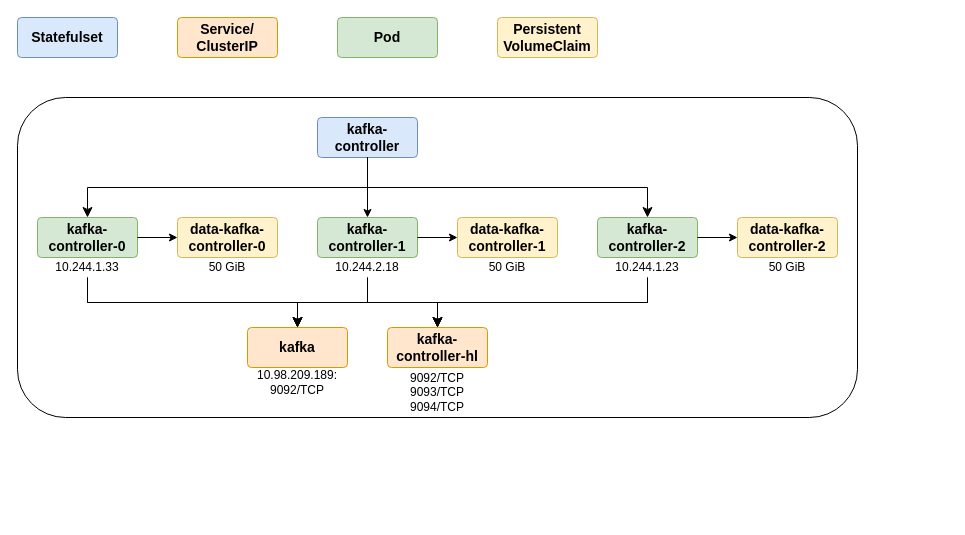
Earlier version of the draw.io diagram pictures/deploy/kafka.drawio (Tran-Ngoc-Bao/Hadoop_Ecosystem_With_K8s). Source tidied: cells renumbered, new cells numbered last; positions are measured from the earlier drawing's top-left corner, leaving out a move shared by most shapes. Both pictures are drawn from the tidied source at 100%, with x=0, y=0 at pixel (17, 17).
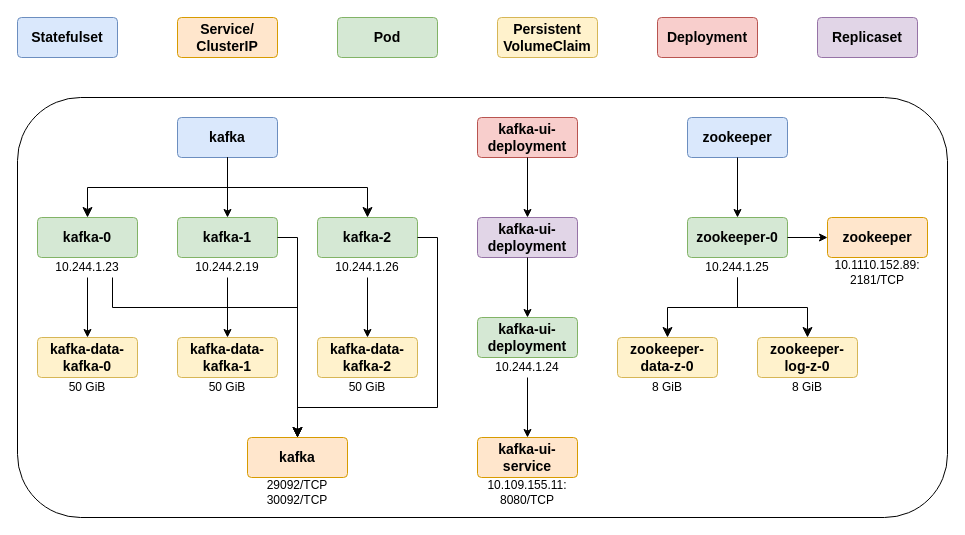
The same diagram, later.

Change to the diagram source:
```diff
@@
     <mxCell id="5" style="rounded=1;whiteSpace=wrap;html=1;" parent="1" vertex="1">
-      <mxGeometry y="80" width="840" height="320" as="geometry" />
+      <mxGeometry y="80" width="930" height="420" as="geometry" />
     </mxCell>
-    <mxCell id="6" value="&lt;b&gt;&lt;font style=&quot;font-size: 14px;&quot;&gt;kafka-controller&lt;/font&gt;&lt;/b&gt;" style="rounded=1;arcSize=10;whiteSpace=wrap;html=1;align=center;fillColor=#dae8fc;strokeColor=#6c8ebf;" parent="1" vertex="1">
-      <mxGeometry x="300" y="100" width="100" height="40" as="geometry" />
+    <mxCell id="6" value="&lt;span style=&quot;font-size: 14px;&quot;&gt;&lt;b&gt;kafka&lt;/b&gt;&lt;/span&gt;" style="rounded=1;arcSize=10;whiteSpace=wrap;html=1;align=center;fillColor=#dae8fc;strokeColor=#6c8ebf;" parent="1" vertex="1">
+      <mxGeometry x="160" y="100" width="100" height="40" as="geometry" />
     </mxCell>
-    <mxCell id="7" value="&lt;b&gt;&lt;font style=&quot;font-size: 14px;&quot;&gt;kafka-controller-2&lt;/font&gt;&lt;/b&gt;" style="rounded=1;arcSize=10;whiteSpace=wrap;html=1;align=center;fillColor=#d5e8d4;strokeColor=#82b366;" parent="1" vertex="1">
-      <mxGeometry x="580" y="200" width="100" height="40" as="geometry" />
+    <mxCell id="7" value="&lt;b&gt;&lt;font style=&quot;font-size: 14px;&quot;&gt;kafka-2&lt;/font&gt;&lt;/b&gt;" style="rounded=1;arcSize=10;whiteSpace=wrap;html=1;align=center;fillColor=#d5e8d4;strokeColor=#82b366;" parent="1" vertex="1">
+      <mxGeometry x="300" y="200" width="100" height="40" as="geometry" />
     </mxCell>
-    <mxCell id="8" value="&lt;b&gt;&lt;font style=&quot;font-size: 14px;&quot;&gt;kafka-controller-1&lt;/font&gt;&lt;/b&gt;" style="rounded=1;arcSize=10;whiteSpace=wrap;html=1;align=center;fillColor=#d5e8d4;strokeColor=#82b366;" parent="1" vertex="1">
-      <mxGeometry x="300" y="200" width="100" height="40" as="geometry" />
+    <mxCell id="8" value="&lt;b&gt;&lt;font style=&quot;font-size: 14px;&quot;&gt;kafka-1&lt;/font&gt;&lt;/b&gt;" style="rounded=1;arcSize=10;whiteSpace=wrap;html=1;align=center;fillColor=#d5e8d4;strokeColor=#82b366;" parent="1" vertex="1">
+      <mxGeometry x="160" y="200" width="100" height="40" as="geometry" />
     </mxCell>
-    <mxCell id="9" value="&lt;b&gt;&lt;font style=&quot;font-size: 14px;&quot;&gt;kafka-controller-0&lt;/font&gt;&lt;/b&gt;" style="rounded=1;arcSize=10;whiteSpace=wrap;html=1;align=center;fillColor=#d5e8d4;strokeColor=#82b366;" parent="1" vertex="1">
+    <mxCell id="9" value="&lt;b&gt;&lt;font style=&quot;font-size: 14px;&quot;&gt;kafka-0&lt;/font&gt;&lt;/b&gt;" style="rounded=1;arcSize=10;whiteSpace=wrap;html=1;align=center;fillColor=#d5e8d4;strokeColor=#82b366;" parent="1" vertex="1">
       <mxGeometry x="20" y="200" width="100" height="40" as="geometry" />
     </mxCell>
-    <mxCell id="10" value="10.244.1.33" style="text;html=1;align=center;verticalAlign=middle;whiteSpace=wrap;rounded=0;" parent="1" vertex="1">
+    <mxCell id="10" value="10.244.1.23" style="text;html=1;align=center;verticalAlign=middle;whiteSpace=wrap;rounded=0;" parent="1" vertex="1">
       <mxGeometry x="20" y="240" width="100" height="20" as="geometry" />
     </mxCell>
-    <mxCell id="11" value="10.244.2.18" style="text;html=1;align=center;verticalAlign=middle;whiteSpace=wrap;rounded=0;" parent="1" vertex="1">
-      <mxGeometry x="300" y="240" width="100" height="20" as="geometry" />
+    <mxCell id="11" value="10.244.2.19" style="text;html=1;align=center;verticalAlign=middle;whiteSpace=wrap;rounded=0;" parent="1" vertex="1">
+      <mxGeometry x="160" y="240" width="100" height="20" as="geometry" />
     </mxCell>
-    <mxCell id="12" value="10.244.1.23" style="text;html=1;align=center;verticalAlign=middle;whiteSpace=wrap;rounded=0;" parent="1" vertex="1">
-      <mxGeometry x="580" y="240" width="100" height="20" as="geometry" />
+    <mxCell id="12" value="10.244.1.26" style="text;html=1;align=center;verticalAlign=middle;whiteSpace=wrap;rounded=0;" parent="1" vertex="1">
+      <mxGeometry x="300" y="240" width="100" height="20" as="geometry" />
     </mxCell>
-    <mxCell id="13" style="edgeStyle=elbowEdgeStyle;elbow=vertical;endArrow=classic;html=1;curved=0;rounded=0;endSize=8;startSize=8;" parent="1" edge="1" target="9">
-      <mxGeometry relative="1" as="geometry">
-        <mxPoint x="350" y="140" as="sourcePoint" />
-      </mxGeometry>
+    <mxCell id="13" style="edgeStyle=elbowEdgeStyle;elbow=vertical;endArrow=classic;html=1;curved=0;rounded=0;endSize=8;startSize=8;exitX=0.5;exitY=1;exitDx=0;exitDy=0;" parent="1" edge="1" source="6" target="9">
+      <mxGeometry relative="1" as="geometry" />
     </mxCell>
@@
-    <mxCell id="16" value="&lt;b&gt;&lt;font style=&quot;font-size: 14px;&quot;&gt;kafka&lt;/font&gt;&lt;/b&gt;" style="rounded=1;arcSize=10;whiteSpace=wrap;html=1;align=center;fillColor=#ffe6cc;strokeColor=#d79b00;" parent="1" vertex="1">
-      <mxGeometry x="230" y="310" width="100" height="40" as="geometry" />
-    </mxCell>
-    <mxCell id="17" style="edgeStyle=elbowEdgeStyle;elbow=vertical;endArrow=classic;html=1;curved=0;rounded=0;endSize=8;startSize=8;entryX=0.5;entryY=0;entryDx=0;entryDy=0;exitX=0.5;exitY=1;exitDx=0;exitDy=0;" parent="1" edge="1" source="12" target="16">
-      <mxGeometry relative="1" as="geometry" />
-    </mxCell>
-    <mxCell id="18" style="edgeStyle=elbowEdgeStyle;elbow=vertical;endArrow=classic;html=1;curved=0;rounded=0;endSize=8;startSize=8;entryX=0.5;entryY=0;entryDx=0;entryDy=0;exitX=0.5;exitY=1;exitDx=0;exitDy=0;" parent="1" edge="1" source="10" target="16">
-      <mxGeometry relative="1" as="geometry" />
-    </mxCell>
-    <mxCell id="19" value="10.98.209.189:&lt;div&gt;9092/TCP&lt;/div&gt;" style="text;html=1;align=center;verticalAlign=middle;whiteSpace=wrap;rounded=0;" parent="1" vertex="1">
-      <mxGeometry x="230" y="350" width="100" height="30" as="geometry" />
-    </mxCell>
-    <mxCell id="20" value="&lt;b&gt;&lt;font style=&quot;font-size: 14px;&quot;&gt;kafka-controller-hl&lt;/font&gt;&lt;/b&gt;" style="rounded=1;arcSize=10;whiteSpace=wrap;html=1;align=center;fillColor=#ffe6cc;strokeColor=#d79b00;" parent="1" vertex="1">
-      <mxGeometry x="370" y="310" width="100" height="40" as="geometry" />
-    </mxCell>
-    <mxCell id="21" style="edgeStyle=elbowEdgeStyle;elbow=vertical;endArrow=classic;html=1;curved=0;rounded=0;endSize=8;startSize=8;entryX=0.5;entryY=0;entryDx=0;entryDy=0;exitX=0.5;exitY=1;exitDx=0;exitDy=0;" parent="1" edge="1" source="11" target="16">
-      <mxGeometry relative="1" as="geometry" />
-    </mxCell>
-    <mxCell id="22" style="edgeStyle=elbowEdgeStyle;elbow=vertical;endArrow=classic;html=1;curved=0;rounded=0;endSize=8;startSize=8;entryX=0.5;entryY=0;entryDx=0;entryDy=0;exitX=0.5;exitY=1;exitDx=0;exitDy=0;" parent="1" edge="1" source="10" target="20">
-      <mxGeometry relative="1" as="geometry" />
-    </mxCell>
-    <mxCell id="23" style="edgeStyle=elbowEdgeStyle;elbow=vertical;endArrow=classic;html=1;curved=0;rounded=0;endSize=8;startSize=8;entryX=0.5;entryY=0;entryDx=0;entryDy=0;exitX=0.5;exitY=1;exitDx=0;exitDy=0;" parent="1" edge="1" source="11" target="20">
-      <mxGeometry relative="1" as="geometry" />
-    </mxCell>
-    <mxCell id="24" style="edgeStyle=elbowEdgeStyle;elbow=vertical;endArrow=classic;html=1;curved=0;rounded=0;endSize=8;startSize=8;entryX=0.5;entryY=0;entryDx=0;entryDy=0;exitX=0.5;exitY=1;exitDx=0;exitDy=0;" parent="1" edge="1" source="12" target="20">
-      <mxGeometry relative="1" as="geometry" />
-    </mxCell>
-    <mxCell id="25" value="9092/TCP&lt;div&gt;9093/TCP&lt;/div&gt;&lt;div&gt;9094/TCP&lt;/div&gt;" style="text;html=1;align=center;verticalAlign=middle;whiteSpace=wrap;rounded=0;" parent="1" vertex="1">
-      <mxGeometry x="370" y="350" width="100" height="50" as="geometry" />
-    </mxCell>
@@
-    <mxCell id="27" value="&lt;span style=&quot;font-size: 14px;&quot;&gt;&lt;b&gt;data-kafka-controller-0&lt;/b&gt;&lt;/span&gt;" style="rounded=1;arcSize=10;whiteSpace=wrap;html=1;align=center;fillColor=#fff2cc;strokeColor=#d6b656;" parent="1" vertex="1">
-      <mxGeometry x="160" y="200" width="100" height="40" as="geometry" />
+    <mxCell id="27" value="&lt;span style=&quot;font-size: 14px;&quot;&gt;&lt;b&gt;kafka-data-kafka-0&lt;/b&gt;&lt;/span&gt;" style="rounded=1;arcSize=10;whiteSpace=wrap;html=1;align=center;fillColor=#fff2cc;strokeColor=#d6b656;" parent="1" vertex="1">
+      <mxGeometry x="20" y="320" width="100" height="40" as="geometry" />
     </mxCell>
-    <mxCell id="28" style="endArrow=classic;html=1;rounded=0;entryX=0;entryY=0.5;entryDx=0;entryDy=0;exitX=1;exitY=0.5;exitDx=0;exitDy=0;" parent="1" edge="1" source="9" target="27">
+    <mxCell id="28" style="endArrow=classic;html=1;rounded=0;entryX=0.5;entryY=0;entryDx=0;entryDy=0;exitX=0.5;exitY=1;exitDx=0;exitDy=0;" parent="1" edge="1" source="10" target="27">
       <mxGeometry relative="1" as="geometry" />
     </mxCell>
-    <mxCell id="29" value="&lt;span style=&quot;font-size: 14px;&quot;&gt;&lt;b&gt;data-kafka-controller-1&lt;/b&gt;&lt;/span&gt;" style="rounded=1;arcSize=10;whiteSpace=wrap;html=1;align=center;fillColor=#fff2cc;strokeColor=#d6b656;" parent="1" vertex="1">
-      <mxGeometry x="440" y="200" width="100" height="40" as="geometry" />
+    <mxCell id="29" value="&lt;b style=&quot;font-size: 14px;&quot;&gt;kafka-data-kafka-1&lt;/b&gt;" style="rounded=1;arcSize=10;whiteSpace=wrap;html=1;align=center;fillColor=#fff2cc;strokeColor=#d6b656;" parent="1" vertex="1">
+      <mxGeometry x="160" y="320" width="100" height="40" as="geometry" />
     </mxCell>
-    <mxCell id="30" value="&lt;span style=&quot;font-size: 14px;&quot;&gt;&lt;b&gt;data-kafka-controller-2&lt;/b&gt;&lt;/span&gt;" style="rounded=1;arcSize=10;whiteSpace=wrap;html=1;align=center;fillColor=#fff2cc;strokeColor=#d6b656;" parent="1" vertex="1">
-      <mxGeometry x="720" y="200" width="100" height="40" as="geometry" />
+    <mxCell id="30" value="&lt;b style=&quot;font-size: 14px;&quot;&gt;kafka-data-kafka-2&lt;/b&gt;" style="rounded=1;arcSize=10;whiteSpace=wrap;html=1;align=center;fillColor=#fff2cc;strokeColor=#d6b656;" parent="1" vertex="1">
+      <mxGeometry x="300" y="320" width="100" height="40" as="geometry" />
     </mxCell>
-    <mxCell id="31" style="endArrow=classic;html=1;rounded=0;entryX=0;entryY=0.5;entryDx=0;entryDy=0;exitX=1;exitY=0.5;exitDx=0;exitDy=0;" parent="1" edge="1" source="8" target="29">
+    <mxCell id="31" style="endArrow=classic;html=1;rounded=0;entryX=0.5;entryY=0;entryDx=0;entryDy=0;exitX=0.5;exitY=1;exitDx=0;exitDy=0;" parent="1" edge="1" source="11" target="29">
       <mxGeometry relative="1" as="geometry" />
     </mxCell>
-    <mxCell id="32" style="endArrow=classic;html=1;rounded=0;entryX=0;entryY=0.5;entryDx=0;entryDy=0;exitX=1;exitY=0.5;exitDx=0;exitDy=0;" parent="1" edge="1" source="7" target="30">
+    <mxCell id="32" style="endArrow=classic;html=1;rounded=0;entryX=0.5;entryY=0;entryDx=0;entryDy=0;exitX=0.5;exitY=1;exitDx=0;exitDy=0;" parent="1" edge="1" source="12" target="30">
       <mxGeometry relative="1" as="geometry" />
     </mxCell>
     <mxCell id="33" value="50 GiB" style="text;html=1;align=center;verticalAlign=middle;whiteSpace=wrap;rounded=0;" parent="1" vertex="1">
-      <mxGeometry x="160" y="240" width="100" height="20" as="geometry" />
+      <mxGeometry x="160" y="360" width="100" height="20" as="geometry" />
     </mxCell>
     <mxCell id="34" value="50 GiB" style="text;html=1;align=center;verticalAlign=middle;whiteSpace=wrap;rounded=0;" parent="1" vertex="1">
-      <mxGeometry x="440" y="240" width="100" height="20" as="geometry" />
+      <mxGeometry x="20" y="360" width="100" height="20" as="geometry" />
     </mxCell>
     <mxCell id="35" value="50 GiB" style="text;html=1;align=center;verticalAlign=middle;whiteSpace=wrap;rounded=0;" parent="1" vertex="1">
-      <mxGeometry x="720" y="240" width="100" height="20" as="geometry" />
+      <mxGeometry x="300" y="360" width="100" height="20" as="geometry" />
     </mxCell>
+    <mxCell id="36" value="&lt;b&gt;&lt;font style=&quot;font-size: 14px;&quot;&gt;Deployment&lt;/font&gt;&lt;/b&gt;" style="rounded=1;arcSize=10;whiteSpace=wrap;html=1;align=center;fillColor=#f8cecc;strokeColor=#b85450;" parent="1" vertex="1">
+      <mxGeometry x="640" width="100" height="40" as="geometry" />
+    </mxCell>
+    <mxCell id="37" value="&lt;span style=&quot;font-size: 14px;&quot;&gt;&lt;b&gt;Replicaset&lt;/b&gt;&lt;/span&gt;" style="rounded=1;arcSize=10;whiteSpace=wrap;html=1;align=center;fillColor=#e1d5e7;strokeColor=#9673a6;" parent="1" vertex="1">
+      <mxGeometry x="800" width="100" height="40" as="geometry" />
+    </mxCell>
+    <mxCell id="38" style="edgeStyle=segmentEdgeStyle;endArrow=classic;html=1;curved=0;rounded=0;endSize=8;startSize=8;exitX=1;exitY=0.5;exitDx=0;exitDy=0;" parent="1" edge="1" source="8">
+      <mxGeometry relative="1" as="geometry">
+        <mxPoint x="280" y="420" as="targetPoint" />
+      </mxGeometry>
+    </mxCell>
+    <mxCell id="16" value="&lt;span style=&quot;font-size: 14px;&quot;&gt;&lt;b&gt;kafka&lt;/b&gt;&lt;/span&gt;" style="rounded=1;arcSize=10;whiteSpace=wrap;html=1;align=center;fillColor=#ffe6cc;strokeColor=#d79b00;" parent="1" vertex="1">
+      <mxGeometry x="230" y="420" width="100" height="40" as="geometry" />
+    </mxCell>
+    <mxCell id="18" style="edgeStyle=elbowEdgeStyle;elbow=vertical;endArrow=classic;html=1;curved=0;rounded=0;endSize=8;startSize=8;entryX=0.5;entryY=0;entryDx=0;entryDy=0;exitX=0.75;exitY=1;exitDx=0;exitDy=0;" parent="1" edge="1" source="10" target="16">
+      <mxGeometry relative="1" as="geometry">
+        <Array as="points">
+          <mxPoint x="170" y="290" />
+          <mxPoint x="200" y="290" />
+        </Array>
+      </mxGeometry>
+    </mxCell>
+    <mxCell id="39" style="edgeStyle=segmentEdgeStyle;endArrow=classic;html=1;curved=0;rounded=0;endSize=8;startSize=8;exitX=1;exitY=0.5;exitDx=0;exitDy=0;entryX=0.5;entryY=0;entryDx=0;entryDy=0;" parent="1" edge="1" source="7" target="16">
+      <mxGeometry relative="1" as="geometry">
+        <Array as="points">
+          <mxPoint x="420" y="220" />
+          <mxPoint x="420" y="390" />
+          <mxPoint x="280" y="390" />
+        </Array>
+      </mxGeometry>
+    </mxCell>
+    <mxCell id="40" value="29092/TCP&lt;div&gt;30092/TCP&lt;/div&gt;" style="text;html=1;align=center;verticalAlign=middle;whiteSpace=wrap;rounded=0;" parent="1" vertex="1">
+      <mxGeometry x="230" y="460" width="100" height="30" as="geometry" />
+    </mxCell>
+    <mxCell id="41" value="&lt;b&gt;&lt;font style=&quot;font-size: 14px;&quot;&gt;kafka-ui-deployment&lt;/font&gt;&lt;/b&gt;" style="rounded=1;arcSize=10;whiteSpace=wrap;html=1;align=center;fillColor=#f8cecc;strokeColor=#b85450;" parent="1" vertex="1">
+      <mxGeometry x="460" y="100" width="100" height="40" as="geometry" />
+    </mxCell>
+    <mxCell id="42" value="&lt;span style=&quot;font-size: 14px;&quot;&gt;&lt;b&gt;kafka-ui-deployment&lt;/b&gt;&lt;/span&gt;" style="rounded=1;arcSize=10;whiteSpace=wrap;html=1;align=center;fillColor=#e1d5e7;strokeColor=#9673a6;" parent="1" vertex="1">
+      <mxGeometry x="460" y="200" width="100" height="40" as="geometry" />
+    </mxCell>
+    <mxCell id="43" value="&lt;b&gt;&lt;font style=&quot;font-size: 14px;&quot;&gt;kafka-ui-deployment&lt;/font&gt;&lt;/b&gt;" style="rounded=1;arcSize=10;whiteSpace=wrap;html=1;align=center;fillColor=#d5e8d4;strokeColor=#82b366;" parent="1" vertex="1">
+      <mxGeometry x="460" y="300" width="100" height="40" as="geometry" />
+    </mxCell>
+    <mxCell id="44" style="endArrow=classic;html=1;rounded=0;entryX=0.5;entryY=0;entryDx=0;entryDy=0;exitX=0.5;exitY=1;exitDx=0;exitDy=0;" parent="1" edge="1" source="41" target="42">
+      <mxGeometry relative="1" as="geometry" />
+    </mxCell>
+    <mxCell id="45" style="endArrow=classic;html=1;rounded=0;entryX=0.5;entryY=0;entryDx=0;entryDy=0;exitX=0.5;exitY=1;exitDx=0;exitDy=0;" parent="1" edge="1" source="42" target="43">
+      <mxGeometry relative="1" as="geometry" />
+    </mxCell>
+    <mxCell id="46" value="10.244.1.24" style="text;html=1;align=center;verticalAlign=middle;whiteSpace=wrap;rounded=0;" parent="1" vertex="1">
+      <mxGeometry x="460" y="340" width="100" height="20" as="geometry" />
+    </mxCell>
+    <mxCell id="47" value="&lt;span style=&quot;font-size: 14px;&quot;&gt;&lt;b&gt;kafka-ui-service&lt;/b&gt;&lt;/span&gt;" style="rounded=1;arcSize=10;whiteSpace=wrap;html=1;align=center;fillColor=#ffe6cc;strokeColor=#d79b00;" parent="1" vertex="1">
+      <mxGeometry x="460" y="420" width="100" height="40" as="geometry" />
+    </mxCell>
+    <mxCell id="48" style="endArrow=classic;html=1;rounded=0;entryX=0.5;entryY=0;entryDx=0;entryDy=0;exitX=0.5;exitY=1;exitDx=0;exitDy=0;" parent="1" edge="1" source="46" target="47">
+      <mxGeometry relative="1" as="geometry" />
+    </mxCell>
+    <mxCell id="49" value="&lt;div&gt;10.109.155.11:&lt;/div&gt;8080/TCP" style="text;html=1;align=center;verticalAlign=middle;whiteSpace=wrap;rounded=0;" parent="1" vertex="1">
+      <mxGeometry x="460" y="460" width="100" height="30" as="geometry" />
+    </mxCell>
+    <mxCell id="50" value="&lt;span style=&quot;font-size: 14px;&quot;&gt;&lt;b&gt;zookeeper&lt;/b&gt;&lt;/span&gt;" style="rounded=1;arcSize=10;whiteSpace=wrap;html=1;align=center;fillColor=#dae8fc;strokeColor=#6c8ebf;" parent="1" vertex="1">
+      <mxGeometry x="670" y="100" width="100" height="40" as="geometry" />
+    </mxCell>
+    <mxCell id="51" value="&lt;b&gt;&lt;font style=&quot;font-size: 14px;&quot;&gt;zookeeper-0&lt;/font&gt;&lt;/b&gt;" style="rounded=1;arcSize=10;whiteSpace=wrap;html=1;align=center;fillColor=#d5e8d4;strokeColor=#82b366;" parent="1" vertex="1">
+      <mxGeometry x="670" y="200" width="100" height="40" as="geometry" />
+    </mxCell>
+    <mxCell id="52" value="10.244.1.25" style="text;html=1;align=center;verticalAlign=middle;whiteSpace=wrap;rounded=0;" parent="1" vertex="1">
+      <mxGeometry x="670" y="240" width="100" height="20" as="geometry" />
+    </mxCell>
+    <mxCell id="53" style="endArrow=classic;html=1;rounded=0;entryX=0.5;entryY=0;entryDx=0;entryDy=0;exitX=0.5;exitY=1;exitDx=0;exitDy=0;" parent="1" edge="1" source="50" target="51">
+      <mxGeometry relative="1" as="geometry" />
+    </mxCell>
+    <mxCell id="54" value="&lt;span style=&quot;font-size: 14px;&quot;&gt;&lt;b&gt;zookeeper-data-z-0&lt;/b&gt;&lt;/span&gt;" style="rounded=1;arcSize=10;whiteSpace=wrap;html=1;align=center;fillColor=#fff2cc;strokeColor=#d6b656;" parent="1" vertex="1">
+      <mxGeometry x="600" y="320" width="100" height="40" as="geometry" />
+    </mxCell>
+    <mxCell id="55" value="8 GiB" style="text;html=1;align=center;verticalAlign=middle;whiteSpace=wrap;rounded=0;" parent="1" vertex="1">
+      <mxGeometry x="600" y="360" width="100" height="20" as="geometry" />
+    </mxCell>
+    <mxCell id="56" value="&lt;span style=&quot;font-size: 14px;&quot;&gt;&lt;b&gt;zookeeper-log-z-0&lt;/b&gt;&lt;/span&gt;" style="rounded=1;arcSize=10;whiteSpace=wrap;html=1;align=center;fillColor=#fff2cc;strokeColor=#d6b656;" parent="1" vertex="1">
+      <mxGeometry x="740" y="320" width="100" height="40" as="geometry" />
+    </mxCell>
+    <mxCell id="57" style="edgeStyle=elbowEdgeStyle;elbow=vertical;endArrow=classic;html=1;curved=0;rounded=0;endSize=8;startSize=8;entryX=0.5;entryY=0;entryDx=0;entryDy=0;exitX=0.5;exitY=1;exitDx=0;exitDy=0;" parent="1" edge="1" source="52" target="56">
+      <mxGeometry relative="1" as="geometry">
+        <Array as="points">
+          <mxPoint x="760" y="290" />
+          <mxPoint x="830" y="300" />
+        </Array>
+      </mxGeometry>
+    </mxCell>
+    <mxCell id="58" style="edgeStyle=elbowEdgeStyle;elbow=vertical;endArrow=classic;html=1;curved=0;rounded=0;endSize=8;startSize=8;exitX=0.5;exitY=1;exitDx=0;exitDy=0;entryX=0.5;entryY=0;entryDx=0;entryDy=0;" parent="1" edge="1" source="52" target="54">
+      <mxGeometry relative="1" as="geometry" />
+    </mxCell>
+    <mxCell id="59" value="8 GiB" style="text;html=1;align=center;verticalAlign=middle;whiteSpace=wrap;rounded=0;" parent="1" vertex="1">
+      <mxGeometry x="740" y="360" width="100" height="20" as="geometry" />
+    </mxCell>
+    <mxCell id="60" value="&lt;span style=&quot;font-size: 14px;&quot;&gt;&lt;b&gt;zookeeper&lt;/b&gt;&lt;/span&gt;" style="rounded=1;arcSize=10;whiteSpace=wrap;html=1;align=center;fillColor=#ffe6cc;strokeColor=#d79b00;" parent="1" vertex="1">
+      <mxGeometry x="810" y="200" width="100" height="40" as="geometry" />
+    </mxCell>
+    <mxCell id="61" style="endArrow=classic;html=1;rounded=0;entryX=0;entryY=0.5;entryDx=0;entryDy=0;exitX=1;exitY=0.5;exitDx=0;exitDy=0;" parent="1" edge="1" source="51" target="60">
+      <mxGeometry relative="1" as="geometry" />
+    </mxCell>
+    <mxCell id="62" value="10.1110.152.89:&lt;div&gt;2181/TCP&lt;/div&gt;" style="text;html=1;align=center;verticalAlign=middle;whiteSpace=wrap;rounded=0;" parent="1" vertex="1">
+      <mxGeometry x="810" y="240" width="100" height="30" as="geometry" />
+    </mxCell>
```
